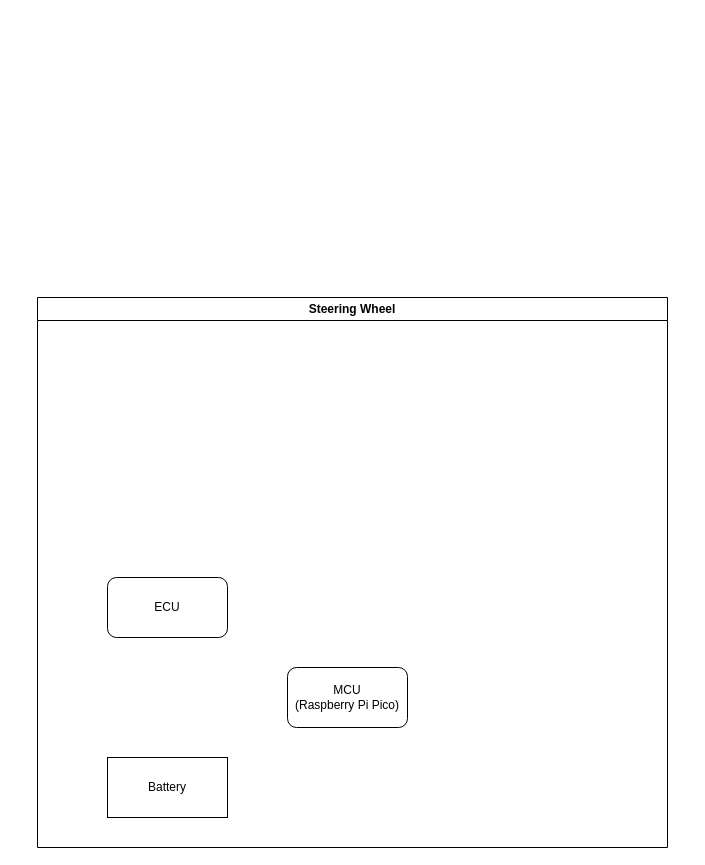
The draw.io diagram Untitled Diagram.drawio in SKID-CWNU/SKIDAQ, before the edit. Source tidied: cells renumbered, new cells numbered last; positions are measured from the earlier drawing's top-left corner, leaving out a move shared by most shapes. Both pictures are drawn from the tidied source at 100%, with x=0, y=0 at pixel (37, 297).
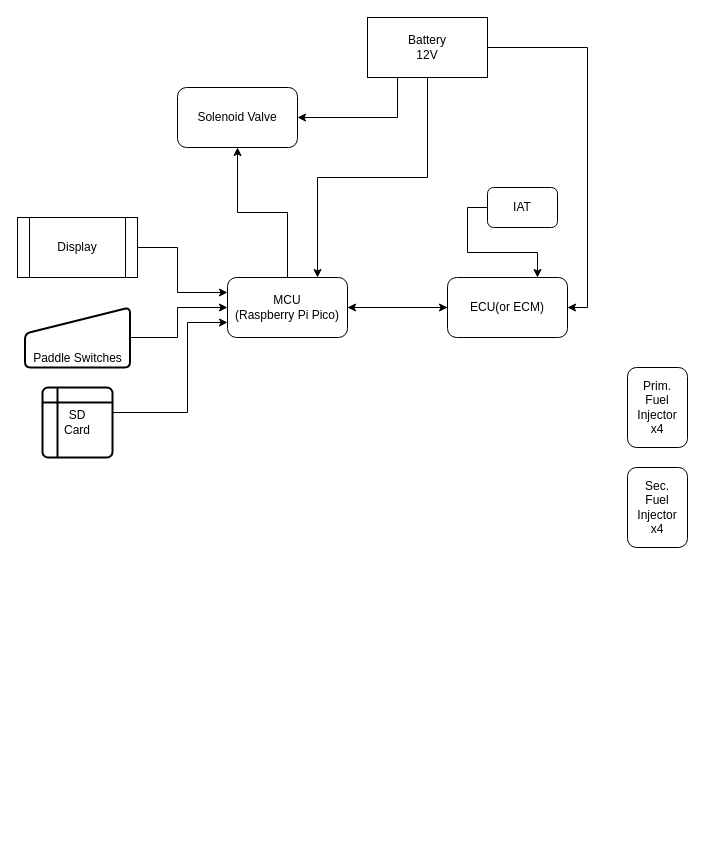
Above is the later version.

The edit, as a diff of the source:
```diff
@@
-    <mxCell id="2" value="Steering Wheel" style="swimlane;whiteSpace=wrap;html=1;" parent="1" vertex="1">
-      <mxGeometry width="630" height="550" as="geometry" />
-    </mxCell>
+    <mxCell id="6" style="edgeStyle=orthogonalEdgeStyle;rounded=0;jettySize=auto;html=1;exitX=0;exitY=0.5;exitDx=0;exitDy=0;entryX=1;entryY=0.5;entryDx=0;entryDy=0;" parent="1" edge="1" source="4" target="3">
+      <mxGeometry relative="1" as="geometry" />
+    </mxCell>
+    <mxCell id="4" value="ECU(or ECM)" style="rounded=1;whiteSpace=wrap;html=1;" parent="1" vertex="1">
+      <mxGeometry x="410" y="-20" width="120" height="60" as="geometry" />
+    </mxCell>
+    <mxCell id="7" style="edgeStyle=orthogonalEdgeStyle;rounded=0;jettySize=auto;html=1;exitX=1;exitY=0.5;exitDx=0;exitDy=0;entryX=0;entryY=0.5;entryDx=0;entryDy=0;" parent="1" edge="1" source="3" target="4">
+      <mxGeometry relative="1" as="geometry" />
+    </mxCell>
+    <mxCell id="8" style="edgeStyle=orthogonalEdgeStyle;rounded=0;jettySize=auto;html=1;exitX=0.5;exitY=0;exitDx=0;exitDy=0;entryX=0.5;entryY=1;entryDx=0;entryDy=0;" parent="1" edge="1" source="3" target="22">
+      <mxGeometry relative="1" as="geometry" />
+    </mxCell>
-    <mxCell id="3" value="MCU&lt;br&gt;(Raspberry Pi Pico)" style="rounded=1;whiteSpace=wrap;html=1;" parent="2" vertex="1">
-      <mxGeometry x="250" y="370" width="120" height="60" as="geometry" />
+    <mxCell id="3" value="MCU&lt;br&gt;(Raspberry Pi Pico)" style="rounded=1;whiteSpace=wrap;html=1;" parent="1" vertex="1">
+      <mxGeometry x="190" y="-20" width="120" height="60" as="geometry" />
     </mxCell>
-    <mxCell id="4" value="ECU" style="rounded=1;whiteSpace=wrap;html=1;" parent="2" vertex="1">
-      <mxGeometry x="70" y="280" width="120" height="60" as="geometry" />
-    </mxCell>
+    <mxCell id="9" style="edgeStyle=orthogonalEdgeStyle;rounded=0;jettySize=auto;html=1;exitX=1;exitY=0.5;exitDx=0;exitDy=0;entryX=1;entryY=0.5;entryDx=0;entryDy=0;" parent="1" edge="1" source="5" target="4">
+      <mxGeometry relative="1" as="geometry" />
+    </mxCell>
+    <mxCell id="10" style="edgeStyle=orthogonalEdgeStyle;rounded=0;jettySize=auto;html=1;exitX=0.5;exitY=1;exitDx=0;exitDy=0;entryX=0.75;entryY=0;entryDx=0;entryDy=0;" parent="1" edge="1" source="5" target="3">
+      <mxGeometry relative="1" as="geometry" />
+    </mxCell>
+    <mxCell id="11" style="edgeStyle=orthogonalEdgeStyle;rounded=0;jettySize=auto;html=1;exitX=0.25;exitY=1;exitDx=0;exitDy=0;entryX=1;entryY=0.5;entryDx=0;entryDy=0;" parent="1" edge="1" source="5" target="22">
+      <mxGeometry relative="1" as="geometry" />
+    </mxCell>
-    <mxCell id="5" value="Battery" style="rounded=0;whiteSpace=wrap;html=1;" parent="2" vertex="1">
-      <mxGeometry x="70" y="460" width="120" height="60" as="geometry" />
+    <mxCell id="5" value="Battery&lt;br&gt;12V" style="rounded=0;whiteSpace=wrap;html=1;" parent="1" vertex="1">
+      <mxGeometry x="330" y="-280" width="120" height="60" as="geometry" />
     </mxCell>
+    <mxCell id="12" style="edgeStyle=orthogonalEdgeStyle;rounded=0;jettySize=auto;html=1;exitX=1;exitY=0.5;exitDx=0;exitDy=0;entryX=0;entryY=0.25;entryDx=0;entryDy=0;" parent="1" edge="1" source="13" target="3">
+      <mxGeometry relative="1" as="geometry">
+        <Array as="points">
+          <mxPoint x="140" y="-50" />
+          <mxPoint x="140" y="-5" />
+        </Array>
+      </mxGeometry>
+    </mxCell>
+    <mxCell id="13" value="Display" style="shape=process;whiteSpace=wrap;html=1;backgroundOutline=1;" parent="1" vertex="1">
+      <mxGeometry x="-20" y="-80" width="120" height="60" as="geometry" />
+    </mxCell>
+    <mxCell id="14" style="edgeStyle=orthogonalEdgeStyle;rounded=0;jettySize=auto;html=1;exitX=1;exitY=0.5;exitDx=0;exitDy=0;entryX=0;entryY=0.5;entryDx=0;entryDy=0;" parent="1" edge="1" source="15" target="3">
+      <mxGeometry relative="1" as="geometry">
+        <Array as="points">
+          <mxPoint x="140" y="40" />
+          <mxPoint x="140" y="10" />
+        </Array>
+      </mxGeometry>
+    </mxCell>
+    <mxCell id="15" value="Paddle Switches" style="html=1;strokeWidth=2;shape=manualInput;whiteSpace=wrap;rounded=1;size=26;arcSize=11;verticalAlign=bottom;" parent="1" vertex="1">
+      <mxGeometry x="-12.5" y="10" width="105" height="60" as="geometry" />
+    </mxCell>
+    <mxCell id="16" style="edgeStyle=orthogonalEdgeStyle;rounded=0;jettySize=auto;html=1;exitX=1;exitY=0.5;exitDx=0;exitDy=0;entryX=0;entryY=0.75;entryDx=0;entryDy=0;" parent="1" edge="1" source="17" target="3">
+      <mxGeometry relative="1" as="geometry">
+        <Array as="points">
+          <mxPoint x="150" y="115" />
+          <mxPoint x="150" y="25" />
+        </Array>
+      </mxGeometry>
+    </mxCell>
+    <mxCell id="17" value="SD&lt;br&gt;Card" style="shape=internalStorage;whiteSpace=wrap;html=1;dx=15;dy=15;rounded=1;arcSize=8;strokeWidth=2;" parent="1" vertex="1">
+      <mxGeometry x="5" y="90" width="70" height="70" as="geometry" />
+    </mxCell>
+    <mxCell id="18" style="edgeStyle=orthogonalEdgeStyle;rounded=0;jettySize=auto;html=1;exitX=0;exitY=0.5;exitDx=0;exitDy=0;entryX=0.75;entryY=0;entryDx=0;entryDy=0;" parent="1" edge="1" source="19" target="4">
+      <mxGeometry relative="1" as="geometry" />
+    </mxCell>
+    <mxCell id="19" value="IAT" style="rounded=1;whiteSpace=wrap;html=1;" parent="1" vertex="1">
+      <mxGeometry x="450" y="-110" width="70" height="40" as="geometry" />
+    </mxCell>
+    <mxCell id="20" value="Prim.&lt;br&gt;Fuel&lt;br&gt;Injector&lt;br&gt;x4" style="rounded=1;whiteSpace=wrap;html=1;" parent="1" vertex="1">
+      <mxGeometry x="590" y="70" width="60" height="80" as="geometry" />
+    </mxCell>
+    <mxCell id="21" value="Sec.&lt;br&gt;Fuel&lt;br&gt;Injector&lt;br&gt;x4" style="rounded=1;whiteSpace=wrap;html=1;" parent="1" vertex="1">
+      <mxGeometry x="590" y="170" width="60" height="80" as="geometry" />
+    </mxCell>
+    <mxCell id="22" value="Solenoid Valve" style="rounded=1;whiteSpace=wrap;html=1;" parent="1" vertex="1">
+      <mxGeometry x="140" y="-210" width="120" height="60" as="geometry" />
+    </mxCell>
```
